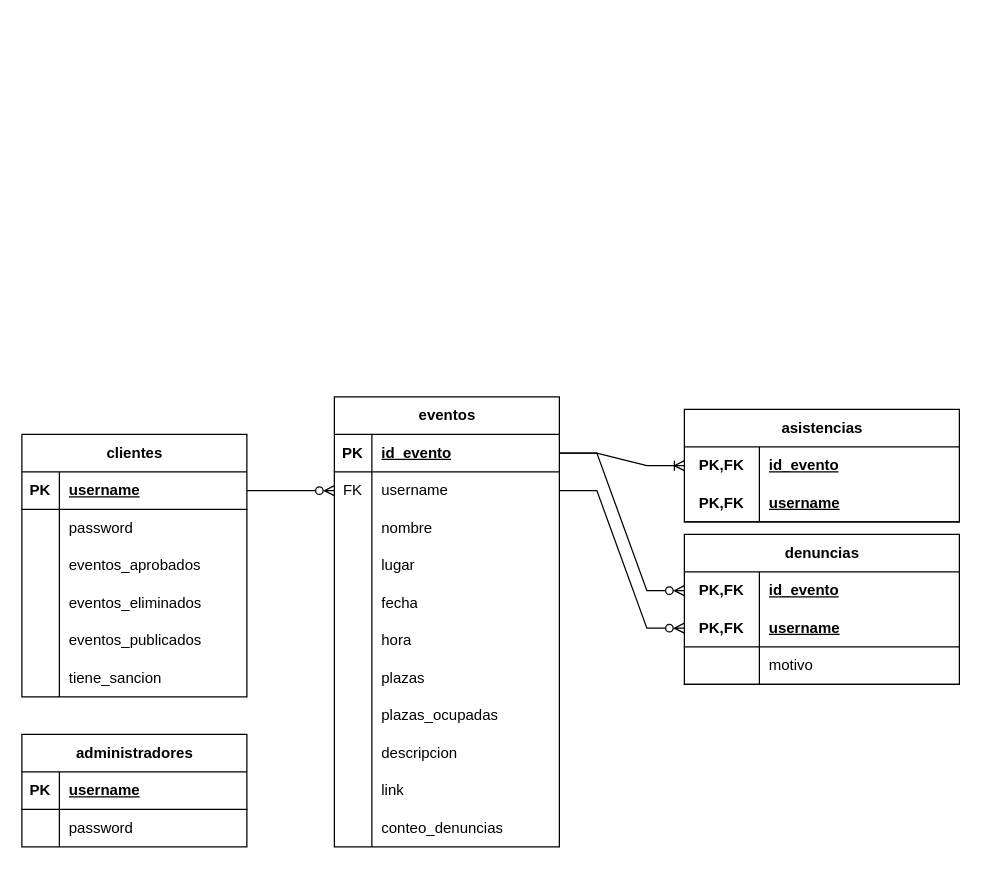
This is page "Page-3" (3 of 5) of docs/uml.drawio from javosw/OlaKeHace_Sistemas1-2024S2, a draw.io file, before an edit. Source tidied: cells renumbered, new cells numbered last; positions are measured from the earlier drawing's top-left corner, leaving out a move shared by most shapes. Both pictures are drawn from the tidied source at 125%, with x=0, y=0 at pixel (21, 396).
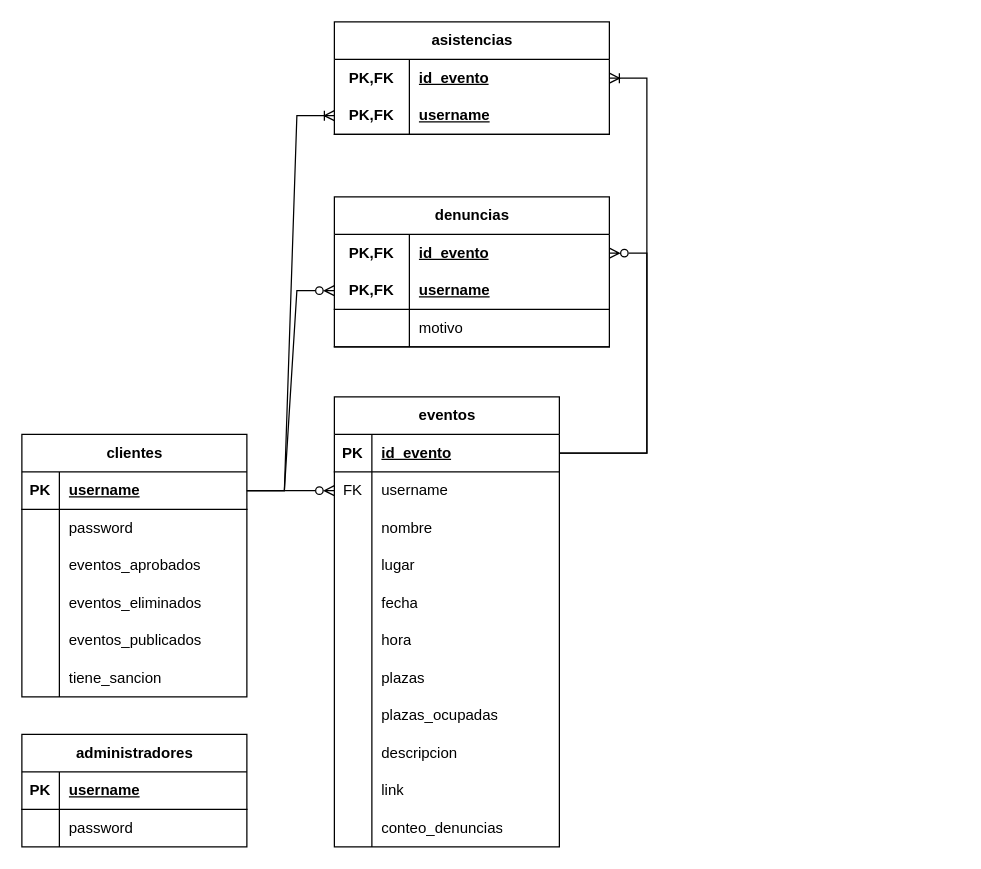
The same diagram, later.

Commit message:
mejora en la documentacion

Unchanged cells that the change refers to:
```xml
<mxCell id="3" style="shape=tableRow;horizontal=0;startSize=0;swimlaneHead=0;swimlaneBody=0;fillColor=none;points=[[0,0.5],[1,0.5]];portConstraint=eastwest;top=0;left=0;right=0;bottom=1;" parent="2" vertex="1">
  <mxGeometry y="30" width="180" height="30" as="geometry" />
</mxCell>
<mxCell id="25" style="shape=tableRow;horizontal=0;startSize=0;swimlaneHead=0;swimlaneBody=0;fillColor=none;points=[[0,0.5],[1,0.5]];portConstraint=eastwest;top=0;left=0;right=0;bottom=0;" parent="21" vertex="1">
  <mxGeometry y="60" width="180" height="30" as="geometry" />
</mxCell>
<mxCell id="66" style="shape=tableRow;horizontal=0;startSize=0;swimlaneHead=0;swimlaneBody=0;fillColor=none;points=[[0,0.5],[1,0.5]];portConstraint=eastwest;top=0;left=0;right=0;bottom=1;" parent="62" vertex="1">
  <mxGeometry y="60" width="220" height="30" as="geometry" />
</mxCell>
<mxCell id="73" style="shape=tableRow;horizontal=0;startSize=0;swimlaneHead=0;swimlaneBody=0;fillColor=none;points=[[0,0.5],[1,0.5]];portConstraint=eastwest;top=0;left=0;right=0;bottom=1;" parent="69" vertex="1">
  <mxGeometry y="60" width="220" height="30" as="geometry" />
</mxCell>
```

Change to the diagram source:
```diff
@@
     <mxCell id="62" value="asistencias" style="shape=table;startSize=30;childLayout=tableLayout;rowLines=0;fontStyle=1;align=center;html=1;" parent="1" vertex="1">
-      <mxGeometry x="530" y="10" width="220" height="90" as="geometry" />
+      <mxGeometry x="250" y="-300" width="220" height="90" as="geometry" />
     </mxCell>
@@
     <mxCell id="69" value="denuncias" style="shape=table;startSize=30;childLayout=tableLayout;rowLines=0;fontStyle=1;align=center;html=1;" parent="1" vertex="1">
-      <mxGeometry x="530" y="110" width="220" height="120" as="geometry" />
+      <mxGeometry x="250" y="-160" width="220" height="120" as="geometry" />
     </mxCell>
@@
-    <mxCell id="81" style="edgeStyle=entityRelationEdgeStyle;fontSize=12;html=1;endArrow=ERzeroToMany;rounded=0;endFill=0;" parent="1" edge="1" source="25" target="73">
+    <mxCell id="81" style="edgeStyle=entityRelationEdgeStyle;fontSize=12;html=1;endArrow=ERzeroToMany;rounded=0;endFill=0;" parent="1" edge="1" source="3" target="73">
       <mxGeometry relative="1" as="geometry" />
     </mxCell>
@@
+    <mxCell id="83" style="edgeStyle=entityRelationEdgeStyle;fontSize=12;html=1;endArrow=ERoneToMany;rounded=0;" parent="1" edge="1" source="3" target="66">
+      <mxGeometry relative="1" as="geometry" />
+    </mxCell>
```
